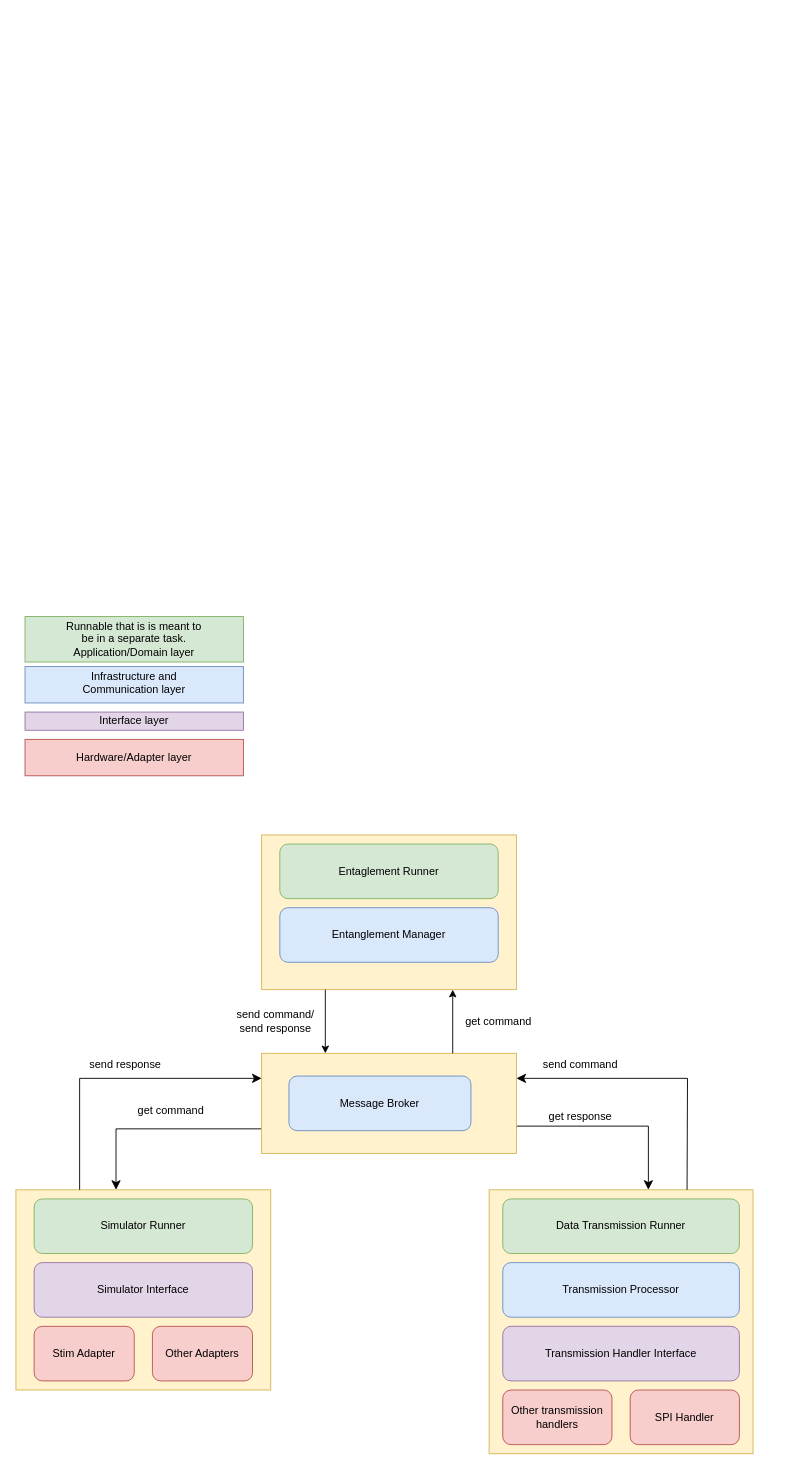
Earlier version of the draw.io diagram page "SoftwareOverview" (3 of 10) of docs/Design/MultithreadedApplication.drawio (SoftwareQuTech/QiLab). Source tidied: cells renumbered, new cells numbered last; positions are measured from the earlier drawing's top-left corner, leaving out a move shared by most shapes. Both pictures are drawn from the tidied source at 91%, with x=0, y=0 at pixel (15, 616).
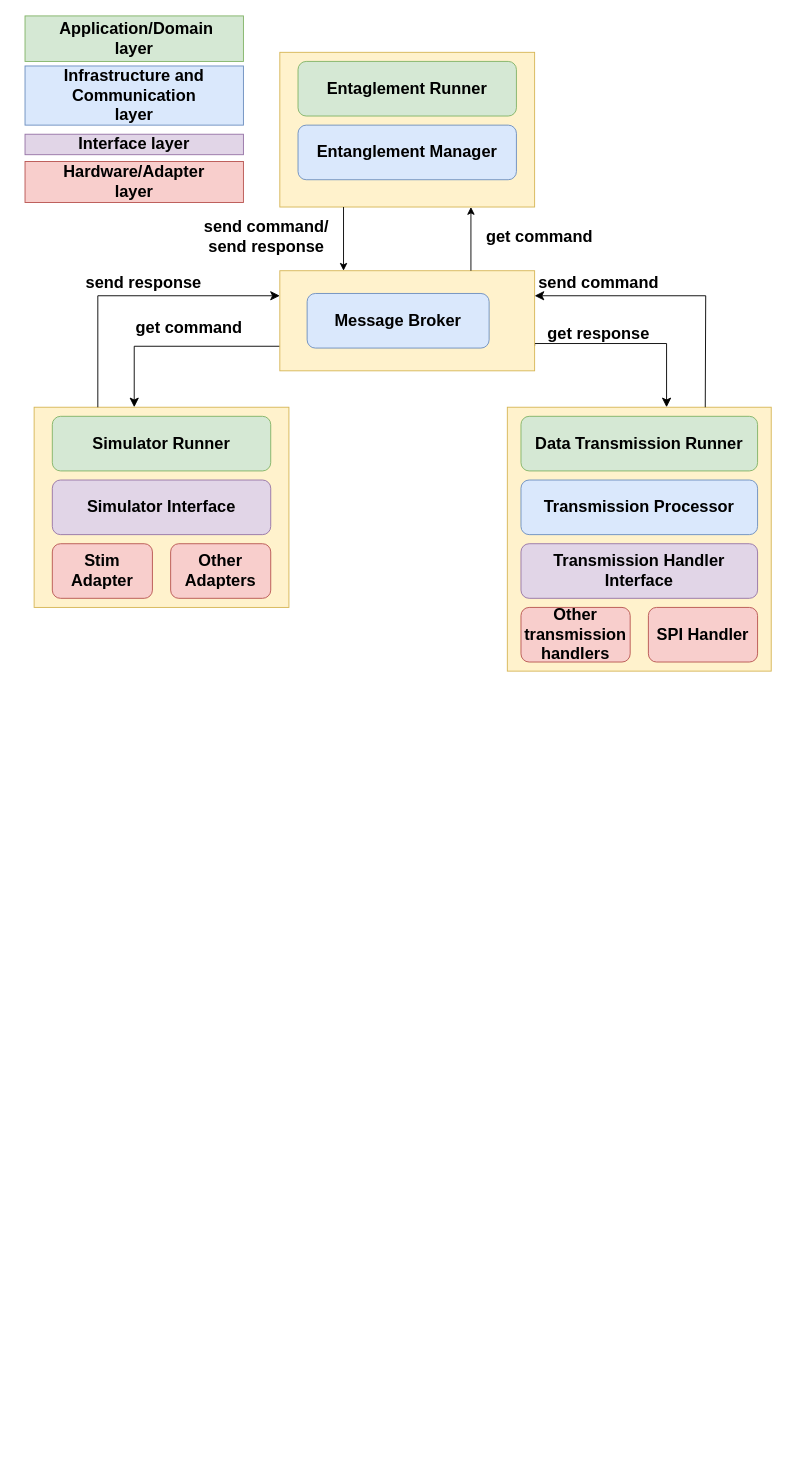
The same page after the edit.

Change to the diagram source:
```diff
@@
+    <mxCell id="33" style="rounded=0;whiteSpace=wrap;html=1;fillColor=#d5e8d4;strokeColor=#82b366;fontSize=18;fontStyle=1;" parent="1" vertex="1">
+      <mxGeometry x="10" y="-660" width="240" height="50" as="geometry" />
+    </mxCell>
+    <mxCell id="34" style="rounded=0;whiteSpace=wrap;html=1;fillColor=#e1d5e7;strokeColor=#9673a6;fontSize=18;fontStyle=1;" parent="1" vertex="1">
+      <mxGeometry x="10" y="-530" width="240" height="22.5" as="geometry" />
+    </mxCell>
+    <mxCell id="35" style="rounded=0;whiteSpace=wrap;html=1;fillColor=#dae8fc;strokeColor=#6c8ebf;fontSize=18;fontStyle=1;" parent="1" vertex="1">
+      <mxGeometry x="10" y="-605" width="240" height="65" as="geometry" />
+    </mxCell>
+    <mxCell id="37" value="&amp;nbsp;Application/Domain layer" style="text;html=1;align=center;verticalAlign=middle;whiteSpace=wrap;rounded=0;fontSize=18;fontStyle=1;" parent="1" vertex="1">
+      <mxGeometry x="50" y="-642.5" width="160" height="15" as="geometry" />
+    </mxCell>
+    <mxCell id="38" value="Infrastructure and Communication layer" style="text;html=1;align=center;verticalAlign=middle;whiteSpace=wrap;rounded=0;fontSize=18;fontStyle=1;" parent="1" vertex="1">
+      <mxGeometry x="50" y="-580" width="160" height="15" as="geometry" />
+    </mxCell>
+    <mxCell id="39" value="Interface layer" style="text;html=1;align=center;verticalAlign=middle;whiteSpace=wrap;rounded=0;fontSize=18;fontStyle=1;" parent="1" vertex="1">
+      <mxGeometry x="50" y="-526.2" width="160" height="15" as="geometry" />
+    </mxCell>
-    <mxCell id="2" style="group;" parent="1" vertex="1">
-      <mxGeometry y="550" width="300" height="320" as="geometry" />
+    <mxCell id="2" style="group;fontSize=18;fontStyle=1;" parent="1" vertex="1">
+      <mxGeometry x="20" y="-310" width="300" height="320" as="geometry" />
     </mxCell>
-    <mxCell id="3" style="rounded=0;whiteSpace=wrap;html=1;fillColor=#fff2cc;strokeColor=#d6b656;" parent="2" vertex="1">
+    <mxCell id="3" style="rounded=0;whiteSpace=wrap;html=1;fillColor=#fff2cc;strokeColor=#d6b656;fontSize=18;fontStyle=1;" parent="2" vertex="1">
       <mxGeometry y="80" width="280" height="220" as="geometry" />
     </mxCell>
-    <mxCell id="4" value="Simulator Runner" style="rounded=1;whiteSpace=wrap;html=1;fillColor=#d5e8d4;strokeColor=#82b366;" parent="2" vertex="1">
+    <mxCell id="4" value="Simulator Runner" style="rounded=1;whiteSpace=wrap;html=1;fillColor=#d5e8d4;strokeColor=#82b366;fontSize=18;fontStyle=1;" parent="2" vertex="1">
       <mxGeometry x="20" y="90" width="240" height="60" as="geometry" />
     </mxCell>
-    <mxCell id="5" value="Stim Adapter" style="rounded=1;whiteSpace=wrap;html=1;fillColor=#f8cecc;strokeColor=#b85450;" parent="2" vertex="1">
+    <mxCell id="5" value="Stim Adapter" style="rounded=1;whiteSpace=wrap;html=1;fillColor=#f8cecc;strokeColor=#b85450;fontSize=18;fontStyle=1;" parent="2" vertex="1">
       <mxGeometry x="20" y="230" width="110" height="60" as="geometry" />
     </mxCell>
-    <mxCell id="6" value="Simulator Interface" style="rounded=1;whiteSpace=wrap;html=1;fillColor=#e1d5e7;strokeColor=#9673a6;" parent="2" vertex="1">
+    <mxCell id="6" value="Simulator Interface" style="rounded=1;whiteSpace=wrap;html=1;fillColor=#e1d5e7;strokeColor=#9673a6;fontSize=18;fontStyle=1;" parent="2" vertex="1">
       <mxGeometry x="20" y="160" width="240" height="60" as="geometry" />
     </mxCell>
-    <mxCell id="7" value="Other Adapters" style="rounded=1;whiteSpace=wrap;html=1;fillColor=#f8cecc;strokeColor=#b85450;" parent="2" vertex="1">
+    <mxCell id="7" value="Other Adapters" style="rounded=1;whiteSpace=wrap;html=1;fillColor=#f8cecc;strokeColor=#b85450;fontSize=18;fontStyle=1;" parent="2" vertex="1">
       <mxGeometry x="150" y="230" width="110" height="60" as="geometry" />
     </mxCell>
-    <mxCell id="8" style="edgeStyle=elbowEdgeStyle;elbow=vertical;endArrow=classic;html=1;curved=0;rounded=0;endSize=8;startSize=8;entryX=0.75;entryY=0;entryDx=0;entryDy=0;" parent="2" edge="1">
+    <mxCell id="8" style="edgeStyle=elbowEdgeStyle;elbow=vertical;endArrow=classic;html=1;curved=0;rounded=0;endSize=8;startSize=8;entryX=0.75;entryY=0;entryDx=0;entryDy=0;fontSize=18;fontStyle=1;" parent="2" edge="1">
       <mxGeometry relative="1" as="geometry">
         <mxPoint x="270" y="13" as="sourcePoint" />
         <mxPoint x="110" y="80" as="targetPoint" />
         <Array as="points">
           <mxPoint x="140" y="13" />
         </Array>
       </mxGeometry>
     </mxCell>
-    <mxCell id="9" style="group;" parent="1" vertex="1">
-      <mxGeometry x="520" y="600" width="290" height="320" as="geometry" />
+    <mxCell id="9" style="group;fontSize=18;fontStyle=1;" parent="1" vertex="1">
+      <mxGeometry x="540" y="-260" width="290" height="320" as="geometry" />
     </mxCell>
-    <mxCell id="10" style="rounded=0;whiteSpace=wrap;html=1;fillColor=#fff2cc;strokeColor=#d6b656;" parent="9" vertex="1">
+    <mxCell id="10" style="rounded=0;whiteSpace=wrap;html=1;fillColor=#fff2cc;strokeColor=#d6b656;fontSize=18;fontStyle=1;" parent="9" vertex="1">
       <mxGeometry y="30" width="290" height="290" as="geometry" />
     </mxCell>
-    <mxCell id="11" value="Data Transmission Runner" style="rounded=1;whiteSpace=wrap;html=1;fillColor=#d5e8d4;strokeColor=#82b366;" parent="9" vertex="1">
+    <mxCell id="11" value="Data Transmission Runner" style="rounded=1;whiteSpace=wrap;html=1;fillColor=#d5e8d4;strokeColor=#82b366;fontSize=18;fontStyle=1;" parent="9" vertex="1">
       <mxGeometry x="15" y="40" width="260" height="60" as="geometry" />
     </mxCell>
-    <mxCell id="12" value="Transmission Processor" style="rounded=1;whiteSpace=wrap;html=1;fillColor=#dae8fc;strokeColor=#6c8ebf;" parent="9" vertex="1">
+    <mxCell id="12" value="Transmission Processor" style="rounded=1;whiteSpace=wrap;html=1;fillColor=#dae8fc;strokeColor=#6c8ebf;fontSize=18;fontStyle=1;" parent="9" vertex="1">
       <mxGeometry x="15" y="110" width="260" height="60" as="geometry" />
     </mxCell>
-    <mxCell id="13" value="Transmission Handler Interface" style="rounded=1;whiteSpace=wrap;html=1;fillColor=#e1d5e7;strokeColor=#9673a6;" parent="9" vertex="1">
+    <mxCell id="13" value="Transmission Handler Interface" style="rounded=1;whiteSpace=wrap;html=1;fillColor=#e1d5e7;strokeColor=#9673a6;fontSize=18;fontStyle=1;" parent="9" vertex="1">
       <mxGeometry x="15" y="180" width="260" height="60" as="geometry" />
     </mxCell>
-    <mxCell id="14" value="SPI Handler" style="rounded=1;whiteSpace=wrap;html=1;fillColor=#f8cecc;strokeColor=#b85450;" parent="9" vertex="1">
+    <mxCell id="14" value="SPI Handler" style="rounded=1;whiteSpace=wrap;html=1;fillColor=#f8cecc;strokeColor=#b85450;fontSize=18;fontStyle=1;" parent="9" vertex="1">
       <mxGeometry x="155" y="250" width="120" height="60" as="geometry" />
     </mxCell>
-    <mxCell id="15" value="Other transmission handlers" style="rounded=1;whiteSpace=wrap;html=1;fillColor=#f8cecc;strokeColor=#b85450;" parent="9" vertex="1">
+    <mxCell id="15" value="Other transmission handlers" style="rounded=1;whiteSpace=wrap;html=1;fillColor=#f8cecc;strokeColor=#b85450;fontSize=18;fontStyle=1;" parent="9" vertex="1">
       <mxGeometry x="15" y="250" width="120" height="60" as="geometry" />
     </mxCell>
-    <mxCell id="16" style="edgeStyle=elbowEdgeStyle;elbow=vertical;endArrow=classic;html=1;curved=0;rounded=0;endSize=8;startSize=8;entryX=0.5;entryY=0;entryDx=0;entryDy=0;exitX=1;exitY=0.75;exitDx=0;exitDy=0;" parent="9" edge="1" source="22">
+    <mxCell id="16" style="edgeStyle=elbowEdgeStyle;elbow=vertical;endArrow=classic;html=1;curved=0;rounded=0;endSize=8;startSize=8;entryX=0.5;entryY=0;entryDx=0;entryDy=0;exitX=1;exitY=0.75;exitDx=0;exitDy=0;fontSize=18;fontStyle=1;" parent="9" edge="1" source="22">
       <mxGeometry relative="1" as="geometry">
         <mxPoint x="175" y="30" as="targetPoint" />
         <Array as="points">
           <mxPoint x="120" y="-40" />
         </Array>
       </mxGeometry>
     </mxCell>
-    <mxCell id="17" style="group;" parent="1" vertex="1">
-      <mxGeometry x="240" y="140" width="300" height="330" as="geometry" />
-    </mxCell>
-    <mxCell id="18" style="rounded=0;whiteSpace=wrap;html=1;fillColor=#fff2cc;strokeColor=#d6b656;" parent="17" vertex="1">
-      <mxGeometry x="30" y="100" width="280" height="170" as="geometry" />
+    <mxCell id="18" style="rounded=0;whiteSpace=wrap;html=1;fillColor=#fff2cc;strokeColor=#d6b656;fontSize=18;fontStyle=1;" parent="1" vertex="1">
+      <mxGeometry x="290" y="-620" width="280" height="170" as="geometry" />
     </mxCell>
-    <mxCell id="19" value="Entaglement Runner" style="rounded=1;whiteSpace=wrap;html=1;fillColor=#d5e8d4;strokeColor=#82b366;" parent="17" vertex="1">
-      <mxGeometry x="50" y="110" width="240" height="60" as="geometry" />
+    <mxCell id="19" value="Entaglement Runner" style="rounded=1;whiteSpace=wrap;html=1;fillColor=#d5e8d4;strokeColor=#82b366;fontSize=18;fontStyle=1;" parent="1" vertex="1">
+      <mxGeometry x="310" y="-610" width="240" height="60" as="geometry" />
     </mxCell>
-    <mxCell id="20" value="Entanglement Manager" style="rounded=1;whiteSpace=wrap;html=1;fillColor=#dae8fc;strokeColor=#6c8ebf;" parent="17" vertex="1">
-      <mxGeometry x="50" y="180" width="240" height="60" as="geometry" />
+    <mxCell id="20" value="Entanglement Manager" style="rounded=1;whiteSpace=wrap;html=1;fillColor=#dae8fc;strokeColor=#6c8ebf;fontSize=18;fontStyle=1;" parent="1" vertex="1">
+      <mxGeometry x="310" y="-540" width="240" height="60" as="geometry" />
     </mxCell>
-    <mxCell id="21" value="send command/&lt;br&gt;send response" style="text;html=1;align=center;verticalAlign=middle;strokeColor=none;fillColor=none;" parent="17" vertex="1">
-      <mxGeometry x="-10" y="285" width="110" height="40" as="geometry" />
+    <mxCell id="21" value="send command/&lt;br&gt;send response" style="text;html=1;align=center;verticalAlign=middle;strokeColor=none;fillColor=none;fontSize=18;fontStyle=1;" parent="1" vertex="1">
+      <mxGeometry x="200" y="-447" width="150" height="60" as="geometry" />
     </mxCell>
-    <mxCell id="22" style="rounded=0;whiteSpace=wrap;html=1;fillColor=#fff2cc;strokeColor=#d6b656;" parent="1" vertex="1">
-      <mxGeometry x="270" y="480" width="280" height="110" as="geometry" />
+    <mxCell id="22" style="rounded=0;whiteSpace=wrap;html=1;fillColor=#fff2cc;strokeColor=#d6b656;fontSize=18;fontStyle=1;" parent="1" vertex="1">
+      <mxGeometry x="290" y="-380" width="280" height="110" as="geometry" />
     </mxCell>
-    <mxCell id="23" value="Message Broker" style="rounded=1;whiteSpace=wrap;html=1;fillColor=#dae8fc;strokeColor=#6c8ebf;" parent="1" vertex="1">
-      <mxGeometry x="300" y="505" width="200" height="60" as="geometry" />
+    <mxCell id="23" value="Message Broker" style="rounded=1;whiteSpace=wrap;html=1;fillColor=#dae8fc;strokeColor=#6c8ebf;fontSize=18;fontStyle=1;" parent="1" vertex="1">
+      <mxGeometry x="320" y="-355" width="200" height="60" as="geometry" />
     </mxCell>
-    <mxCell id="24" style="endArrow=classic;html=1;rounded=0;entryX=0.75;entryY=1;entryDx=0;entryDy=0;exitX=0.75;exitY=0;exitDx=0;exitDy=0;" parent="1" edge="1" source="22" target="18">
+    <mxCell id="24" style="endArrow=classic;html=1;rounded=0;entryX=0.75;entryY=1;entryDx=0;entryDy=0;exitX=0.75;exitY=0;exitDx=0;exitDy=0;fontSize=18;fontStyle=1;" parent="1" edge="1" source="22" target="18">
       <mxGeometry relative="1" as="geometry" />
     </mxCell>
-    <mxCell id="25" style="endArrow=classic;html=1;rounded=0;exitX=0.25;exitY=1;exitDx=0;exitDy=0;entryX=0.25;entryY=0;entryDx=0;entryDy=0;" parent="1" edge="1" source="18" target="22">
+    <mxCell id="25" style="endArrow=classic;html=1;rounded=0;exitX=0.25;exitY=1;exitDx=0;exitDy=0;entryX=0.25;entryY=0;entryDx=0;entryDy=0;fontSize=18;fontStyle=1;" parent="1" edge="1" source="18" target="22">
       <mxGeometry relative="1" as="geometry" />
     </mxCell>
-    <mxCell id="26" style="edgeStyle=elbowEdgeStyle;elbow=horizontal;endArrow=classic;html=1;curved=0;rounded=0;endSize=8;startSize=8;exitX=0.25;exitY=0;exitDx=0;exitDy=0;entryX=0;entryY=0.25;entryDx=0;entryDy=0;" parent="1" edge="1" source="3" target="22">
+    <mxCell id="26" style="edgeStyle=elbowEdgeStyle;elbow=horizontal;endArrow=classic;html=1;curved=0;rounded=0;endSize=8;startSize=8;exitX=0.25;exitY=0;exitDx=0;exitDy=0;entryX=0;entryY=0.25;entryDx=0;entryDy=0;fontSize=18;fontStyle=1;" parent="1" edge="1" source="3" target="22">
       <mxGeometry relative="1" as="geometry">
         <Array as="points">
-          <mxPoint x="70" y="570" />
+          <mxPoint x="90" y="-290" />
         </Array>
       </mxGeometry>
     </mxCell>
-    <mxCell id="27" style="edgeStyle=elbowEdgeStyle;elbow=horizontal;endArrow=classic;html=1;curved=0;rounded=0;endSize=8;startSize=8;exitX=0.75;exitY=0;exitDx=0;exitDy=0;entryX=1;entryY=0.25;entryDx=0;entryDy=0;" parent="1" edge="1" source="10" target="22">
+    <mxCell id="27" style="edgeStyle=elbowEdgeStyle;elbow=horizontal;endArrow=classic;html=1;curved=0;rounded=0;endSize=8;startSize=8;exitX=0.75;exitY=0;exitDx=0;exitDy=0;entryX=1;entryY=0.25;entryDx=0;entryDy=0;fontSize=18;fontStyle=1;" parent="1" edge="1" source="10" target="22">
       <mxGeometry relative="1" as="geometry">
         <Array as="points">
-          <mxPoint x="738" y="570" />
+          <mxPoint x="758" y="-290" />
         </Array>
       </mxGeometry>
     </mxCell>
-    <mxCell id="28" value="send command" style="text;html=1;align=center;verticalAlign=middle;strokeColor=none;fillColor=none;" parent="1" vertex="1">
-      <mxGeometry x="565" y="478" width="110" height="30" as="geometry" />
+    <mxCell id="28" value="send command" style="text;html=1;align=center;verticalAlign=middle;strokeColor=none;fillColor=none;fontSize=18;fontStyle=1;" parent="1" vertex="1">
+      <mxGeometry x="565" y="-387" width="150" height="40" as="geometry" />
     </mxCell>
-    <mxCell id="29" value="get response" style="text;html=1;align=center;verticalAlign=middle;strokeColor=none;fillColor=none;" parent="1" vertex="1">
-      <mxGeometry x="575" y="535" width="90" height="30" as="geometry" />
+    <mxCell id="29" value="get response" style="text;html=1;align=center;verticalAlign=middle;strokeColor=none;fillColor=none;fontSize=18;fontStyle=1;" parent="1" vertex="1">
+      <mxGeometry x="575" y="-330" width="130" height="40" as="geometry" />
     </mxCell>
-    <mxCell id="30" value="get command" style="text;html=1;align=center;verticalAlign=middle;strokeColor=none;fillColor=none;" parent="1" vertex="1">
-      <mxGeometry x="480" y="430" width="100" height="30" as="geometry" />
+    <mxCell id="30" value="get command" style="text;html=1;align=center;verticalAlign=middle;strokeColor=none;fillColor=none;fontSize=18;fontStyle=1;" parent="1" vertex="1">
+      <mxGeometry x="510" y="-437" width="130" height="40" as="geometry" />
     </mxCell>
-    <mxCell id="31" value="get command" style="text;html=1;align=center;verticalAlign=middle;strokeColor=none;fillColor=none;" parent="1" vertex="1">
-      <mxGeometry x="120" y="528" width="100" height="30" as="geometry" />
+    <mxCell id="31" value="get command" style="text;html=1;align=center;verticalAlign=middle;strokeColor=none;fillColor=none;fontSize=18;fontStyle=1;" parent="1" vertex="1">
+      <mxGeometry x="125" y="-337" width="130" height="40" as="geometry" />
     </mxCell>
-    <mxCell id="32" value="send response" style="text;html=1;align=center;verticalAlign=middle;strokeColor=none;fillColor=none;" parent="1" vertex="1">
-      <mxGeometry x="70" y="478" width="100" height="30" as="geometry" />
+    <mxCell id="32" value="send response" style="text;html=1;align=center;verticalAlign=middle;strokeColor=none;fillColor=none;fontSize=18;fontStyle=1;" parent="1" vertex="1">
+      <mxGeometry x="70" y="-387" width="140" height="40" as="geometry" />
     </mxCell>
-    <mxCell id="33" style="rounded=0;whiteSpace=wrap;html=1;fillColor=#d5e8d4;strokeColor=#82b366;" parent="1" vertex="1">
-      <mxGeometry x="10" width="240" height="50" as="geometry" />
-    </mxCell>
-    <mxCell id="34" style="rounded=0;whiteSpace=wrap;html=1;fillColor=#e1d5e7;strokeColor=#9673a6;" parent="1" vertex="1">
-      <mxGeometry x="10" y="105" width="240" height="20" as="geometry" />
-    </mxCell>
-    <mxCell id="35" style="rounded=0;whiteSpace=wrap;html=1;fillColor=#dae8fc;strokeColor=#6c8ebf;" parent="1" vertex="1">
-      <mxGeometry x="10" y="55" width="240" height="40" as="geometry" />
-    </mxCell>
-    <mxCell id="36" style="rounded=0;whiteSpace=wrap;html=1;fillColor=#f8cecc;strokeColor=#b85450;" parent="1" vertex="1">
-      <mxGeometry x="10" y="135" width="240" height="40" as="geometry" />
+    <mxCell id="36" style="rounded=0;whiteSpace=wrap;html=1;fillColor=#f8cecc;strokeColor=#b85450;fontSize=18;fontStyle=1;" parent="1" vertex="1">
+      <mxGeometry x="10" y="-500" width="240" height="45" as="geometry" />
     </mxCell>
-    <mxCell id="37" value="Runnable that is is meant to be in a separate task. Application/Domain layer" style="text;html=1;align=center;verticalAlign=middle;whiteSpace=wrap;rounded=0;" parent="1" vertex="1">
-      <mxGeometry x="50" y="17.5" width="160" height="15" as="geometry" />
-    </mxCell>
-    <mxCell id="38" value="Infrastructure and Communication layer" style="text;html=1;align=center;verticalAlign=middle;whiteSpace=wrap;rounded=0;" parent="1" vertex="1">
-      <mxGeometry x="50" y="65" width="160" height="15" as="geometry" />
-    </mxCell>
-    <mxCell id="39" value="Interface layer" style="text;html=1;align=center;verticalAlign=middle;whiteSpace=wrap;rounded=0;" parent="1" vertex="1">
-      <mxGeometry x="50" y="107.5" width="160" height="15" as="geometry" />
-    </mxCell>
-    <mxCell id="40" value="Hardware/Adapter layer" style="text;html=1;align=center;verticalAlign=middle;whiteSpace=wrap;rounded=0;" parent="1" vertex="1">
-      <mxGeometry x="50" y="147.5" width="160" height="15" as="geometry" />
+    <mxCell id="40" value="Hardware/Adapter layer" style="text;html=1;align=center;verticalAlign=middle;whiteSpace=wrap;rounded=0;fontSize=18;fontStyle=1;" parent="1" vertex="1">
+      <mxGeometry x="50" y="-482.5" width="160" height="10" as="geometry" />
     </mxCell>
```
